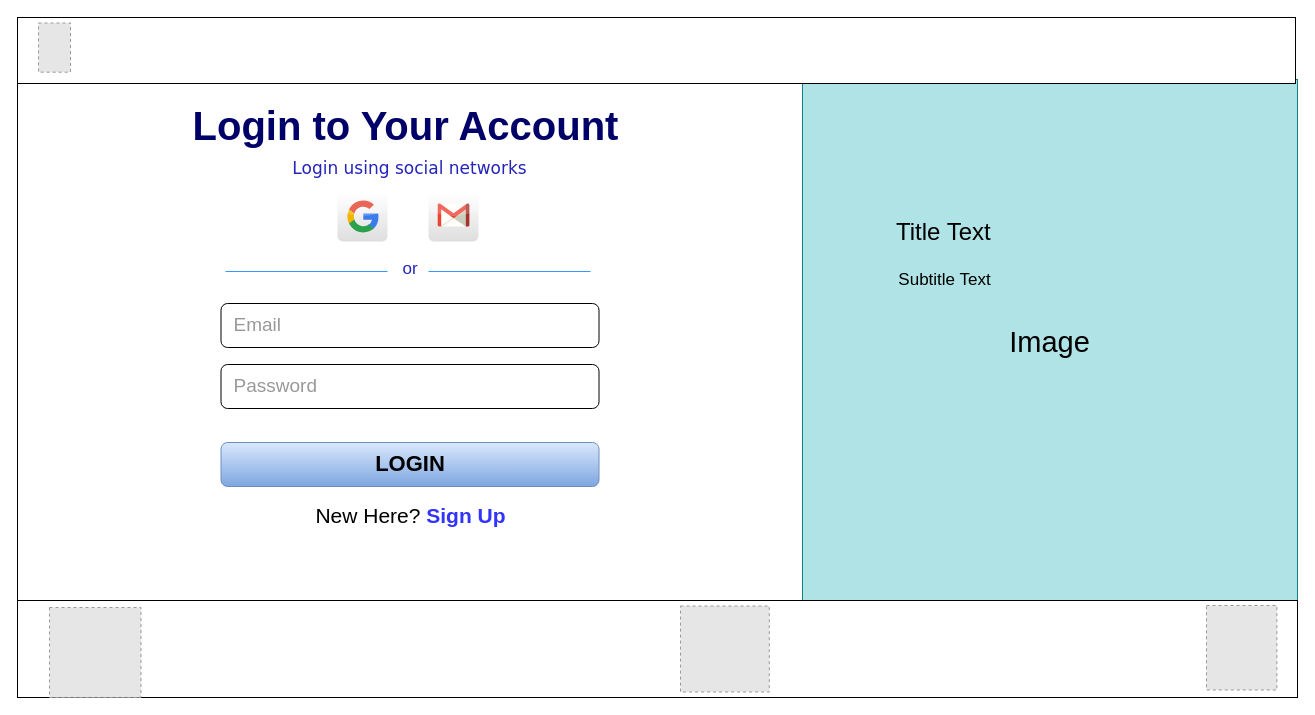
Before: page "Login" (2 of 5) of Untitled Diagram.drawio in ayushi1719/ecommerce, a draw.io diagram. Source tidied: cells renumbered, new cells numbered last; positions are measured from the earlier drawing's top-left corner, leaving out a move shared by most shapes. Both pictures are drawn from the tidied source at 100%, with x=0, y=0 at pixel (17, 17). Pictures stored in the file or linked from it are replaced by grey dashed boxes.
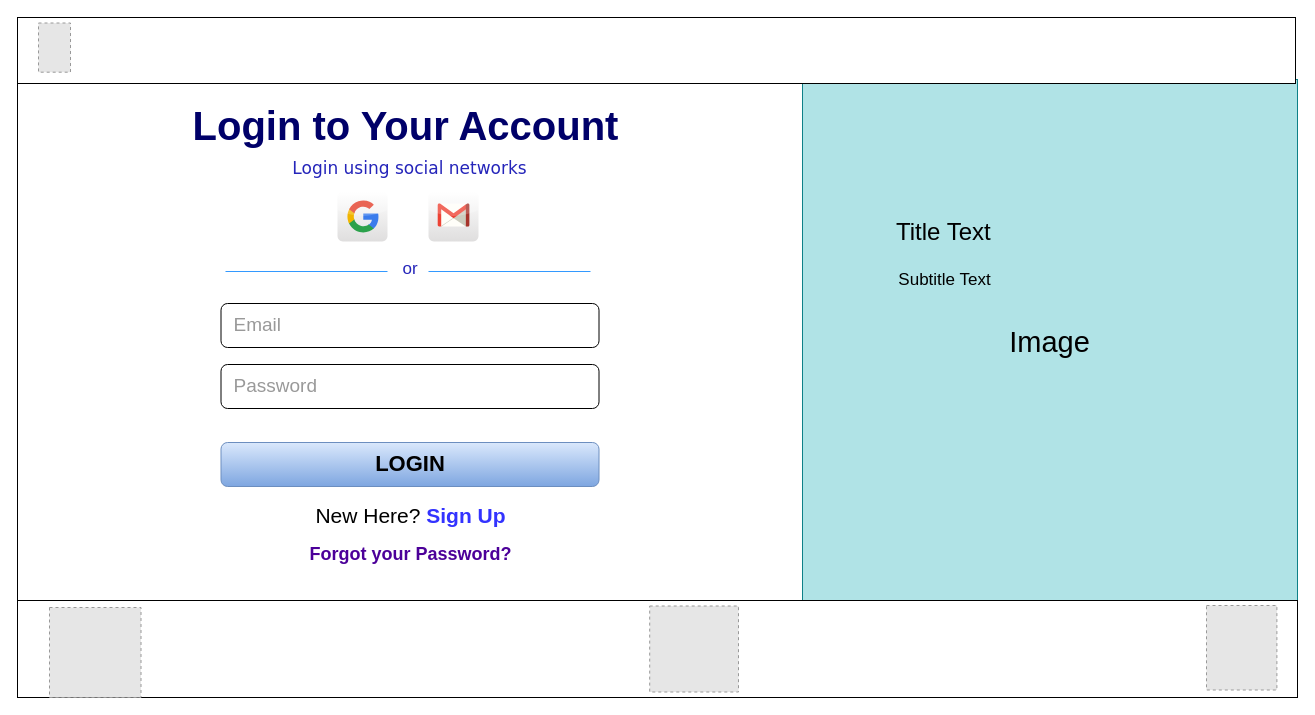
The same page after the edit.

The edit, as a diff of the source:
```diff
@@
     <mxCell id="19" style="fillColor=#E6E6E6;strokeColor=#999999;dashed=1;verticalLabelPosition=bottom;labelBackgroundColor=default;verticalAlign=top;" parent="1" vertex="1">
-      <mxGeometry x="663" y="588.5" width="88.8" height="86" as="geometry" />
+      <mxGeometry x="632.2" y="588.5" width="88.8" height="86" as="geometry" />
     </mxCell>
@@
+    <mxCell id="23" value="&lt;font color=&quot;#4c0099&quot; style=&quot;font-size: 18px;&quot;&gt;&lt;b&gt;Forgot your Password?&lt;/b&gt;&lt;/font&gt;" style="text;strokeColor=none;align=center;fillColor=none;html=1;verticalAlign=middle;whiteSpace=wrap;rounded=0;" parent="1" vertex="1">
+      <mxGeometry x="258.8" y="522" width="269" height="30" as="geometry" />
+    </mxCell>
```
